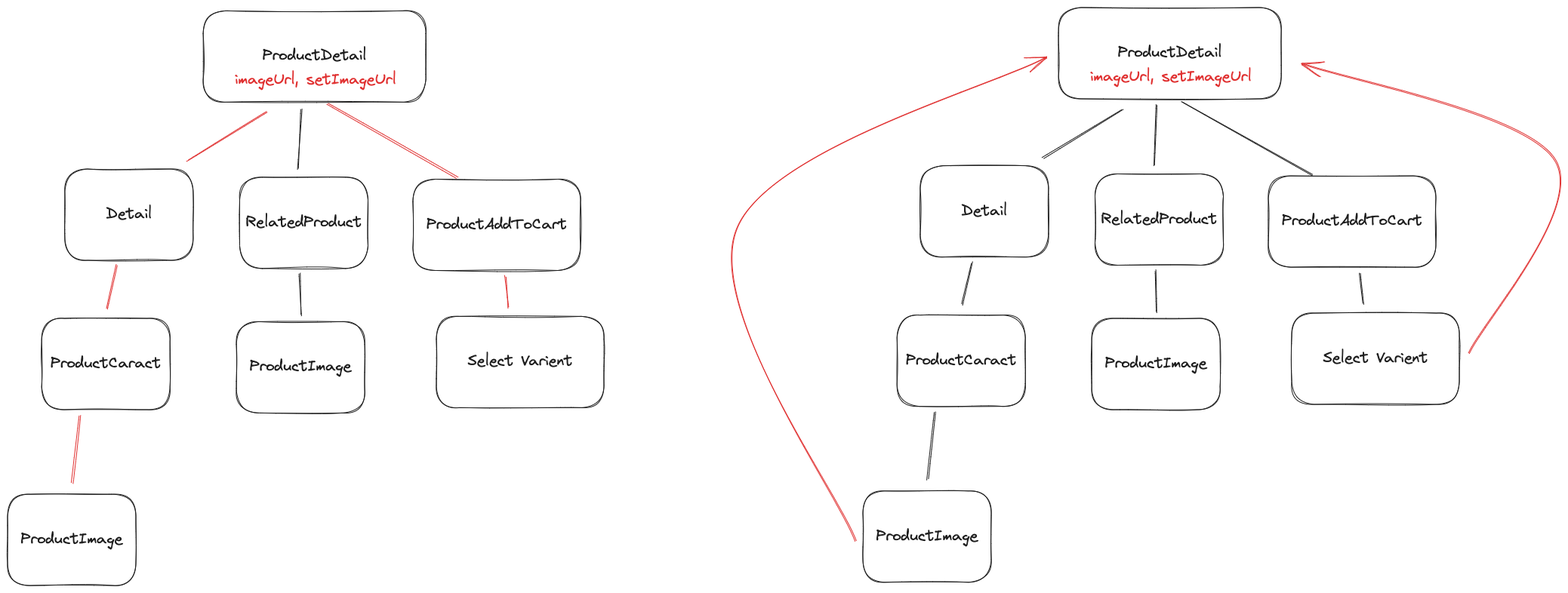
Before: cours/props-drilling.excalidraw.png, a diagram exported from Excalidraw (VinceBmmrt/react-router). Source tidied: one line per element, renumbered; positions are measured from the earlier drawing's top-left corner, leaving out a move shared by most shapes.
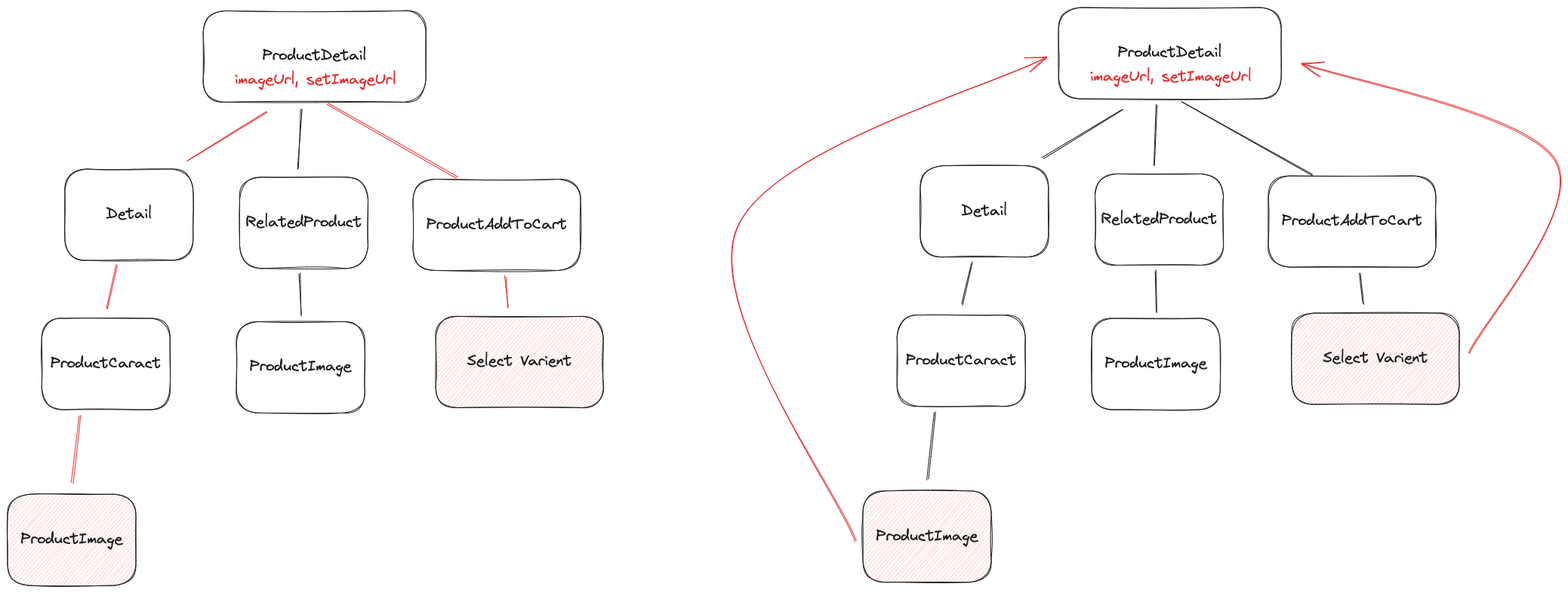
After the change.

Change to the diagram source:
```diff
@@ -1,8 +1,8 @@
 {"id": 0, "type": "rectangle", "strokeColor": "#1e1e1e", "strokeWidth": 1, "roughness": 1, "round": true, "x": 537, "y": 228, "width": 222, "height": 121}
 {"id": 1, "type": "text", "text": "ProductAddToCart", "strokeColor": "#1e1e1e", "strokeWidth": 1, "roughness": 1, "fontSize": 20, "fontFamily": 1, "textAlign": "center", "verticalAlign": "middle", "inside": 0, "x": 555, "y": 276, "width": 186, "height": 25}
 {"id": 2, "type": "arrow", "strokeColor": "#e03131", "strokeWidth": 1, "roughness": 1, "round": true, "from": 21, "to": 0, "x": 424, "y": 129, "width": 172, "height": 97, "points": [[0, 0], [172, 97]]}
-{"id": 3, "type": "rectangle", "strokeColor": "#1e1e1e", "strokeWidth": 1, "roughness": 1, "round": true, "x": 568, "y": 409, "width": 222, "height": 121}
+{"id": 3, "type": "rectangle", "strokeColor": "#1e1e1e", "backgroundColor": "#ffc9c9", "fillStyle": "hachure", "strokeWidth": 1, "roughness": 1, "round": true, "x": 567, "y": 409, "width": 222, "height": 121}
-{"id": 4, "type": "text", "text": "Select Varient", "strokeColor": "#1e1e1e", "strokeWidth": 1, "roughness": 1, "fontSize": 20, "fontFamily": 1, "textAlign": "center", "verticalAlign": "middle", "inside": 3, "x": 610, "y": 457, "width": 139, "height": 25}
+{"id": 4, "type": "text", "text": "Select Varient", "strokeColor": "#1e1e1e", "strokeWidth": 1, "roughness": 1, "fontSize": 20, "fontFamily": 1, "textAlign": "center", "verticalAlign": "middle", "inside": 3, "x": 609, "y": 457, "width": 139, "height": 25}
 {"id": 5, "type": "arrow", "strokeColor": "#e03131", "strokeWidth": 1, "roughness": 1, "round": true, "from": 0, "to": 3, "x": 659, "y": 356, "width": 5, "height": 41, "points": [[0, 0], [5, 41]]}
 {"id": 6, "type": "rectangle", "strokeColor": "#1e1e1e", "strokeWidth": 1, "roughness": 1, "round": true, "x": 307, "y": 225, "width": 170, "height": 121}
 {"id": 7, "type": "text", "text": "RelatedProduct", "strokeColor": "#1e1e1e", "strokeWidth": 1, "roughness": 1, "fontSize": 20, "fontFamily": 1, "textAlign": "center", "verticalAlign": "middle", "inside": 6, "x": 316, "y": 273, "width": 154, "height": 25}
@@ -16,7 +16,7 @@
 {"id": 15, "type": "rectangle", "strokeColor": "#1e1e1e", "strokeWidth": 1, "roughness": 1, "round": true, "x": 45, "y": 412, "width": 170, "height": 121}
 {"id": 16, "type": "text", "text": "ProductCaract", "strokeColor": "#1e1e1e", "strokeWidth": 1, "roughness": 1, "fontSize": 20, "fontFamily": 1, "textAlign": "center", "verticalAlign": "middle", "inside": 15, "x": 57, "y": 460, "width": 146, "height": 25}
 {"id": 17, "type": "arrow", "strokeColor": "#e03131", "strokeWidth": 1, "roughness": 1, "round": true, "from": 12, "to": 15, "x": 145, "y": 342, "width": 13, "height": 57, "points": [[0, 0], [-13, 57]]}
-{"id": 18, "type": "rectangle", "strokeColor": "#1e1e1e", "strokeWidth": 1, "roughness": 1, "round": true, "x": 0, "y": 645, "width": 170, "height": 121}
+{"id": 18, "type": "rectangle", "strokeColor": "#1e1e1e", "backgroundColor": "#ffc9c9", "fillStyle": "hachure", "strokeWidth": 1, "roughness": 1, "round": true, "x": 0, "y": 645, "width": 170, "height": 121}
 {"id": 19, "type": "text", "text": "ProductImage", "strokeColor": "#1e1e1e", "strokeWidth": 1, "roughness": 1, "fontSize": 20, "fontFamily": 1, "textAlign": "center", "verticalAlign": "middle", "inside": 18, "x": 18, "y": 693, "width": 135, "height": 25}
 {"id": 20, "type": "arrow", "strokeColor": "#e03131", "strokeWidth": 1, "roughness": 1, "round": true, "from": 15, "to": 18, "x": 95, "y": 540, "width": 10, "height": 91, "points": [[0, 0], [-10, 91]]}
 {"id": 21, "type": "rectangle", "strokeColor": "#1e1e1e", "strokeWidth": 1, "roughness": 1, "round": true, "x": 259, "y": 4, "width": 295, "height": 121}
@@ -25,7 +25,7 @@
 {"id": 24, "type": "rectangle", "strokeColor": "#1e1e1e", "strokeWidth": 1, "roughness": 1, "round": true, "x": 1670, "y": 223, "width": 222, "height": 121}
 {"id": 25, "type": "text", "text": "ProductAddToCart", "strokeColor": "#1e1e1e", "strokeWidth": 1, "roughness": 1, "fontSize": 20, "fontFamily": 1, "textAlign": "center", "verticalAlign": "middle", "inside": 24, "x": 1688, "y": 271, "width": 186, "height": 25}
 {"id": 26, "type": "arrow", "strokeColor": "#1e1e1e", "strokeWidth": 1, "roughness": 1, "round": true, "from": 45, "to": 24, "x": 1556, "y": 124, "width": 172, "height": 97, "points": [[0, 0], [172, 97]]}
-{"id": 27, "type": "rectangle", "strokeColor": "#1e1e1e", "strokeWidth": 1, "roughness": 1, "round": true, "x": 1701, "y": 405, "width": 222, "height": 121}
+{"id": 27, "type": "rectangle", "strokeColor": "#1e1e1e", "backgroundColor": "#ffc9c9", "fillStyle": "hachure", "strokeWidth": 1, "roughness": 1, "round": true, "x": 1701, "y": 405, "width": 222, "height": 121}
 {"id": 28, "type": "text", "text": "Select Varient", "strokeColor": "#1e1e1e", "strokeWidth": 1, "roughness": 1, "fontSize": 20, "fontFamily": 1, "textAlign": "center", "verticalAlign": "middle", "inside": 27, "x": 1743, "y": 453, "width": 139, "height": 25}
 {"id": 29, "type": "arrow", "strokeColor": "#1e1e1e", "strokeWidth": 1, "roughness": 1, "round": true, "from": 24, "to": 27, "x": 1792, "y": 351, "width": 5, "height": 41, "points": [[0, 0], [5, 41]]}
 {"id": 30, "type": "rectangle", "strokeColor": "#1e1e1e", "strokeWidth": 1, "roughness": 1, "round": true, "x": 1441, "y": 221, "width": 170, "height": 121}
@@ -40,7 +40,7 @@
 {"id": 39, "type": "rectangle", "strokeColor": "#1e1e1e", "strokeWidth": 1, "roughness": 1, "round": true, "x": 1178, "y": 408, "width": 170, "height": 121}
 {"id": 40, "type": "text", "text": "ProductCaract", "strokeColor": "#1e1e1e", "strokeWidth": 1, "roughness": 1, "fontSize": 20, "fontFamily": 1, "textAlign": "center", "verticalAlign": "middle", "inside": 39, "x": 1190, "y": 456, "width": 146, "height": 25}
 {"id": 41, "type": "arrow", "strokeColor": "#1e1e1e", "strokeWidth": 1, "roughness": 1, "round": true, "from": 36, "to": 39, "x": 1279, "y": 337, "width": 13, "height": 57, "points": [[0, 0], [-13, 57]]}
-{"id": 42, "type": "rectangle", "strokeColor": "#1e1e1e", "strokeWidth": 1, "roughness": 1, "round": true, "x": 1133, "y": 641, "width": 170, "height": 121}
+{"id": 42, "type": "rectangle", "strokeColor": "#1e1e1e", "backgroundColor": "#ffc9c9", "fillStyle": "hachure", "strokeWidth": 1, "roughness": 1, "round": true, "x": 1133, "y": 641, "width": 170, "height": 121}
 {"id": 43, "type": "text", "text": "ProductImage", "strokeColor": "#1e1e1e", "strokeWidth": 1, "roughness": 1, "fontSize": 20, "fontFamily": 1, "textAlign": "center", "verticalAlign": "middle", "inside": 42, "x": 1151, "y": 689, "width": 135, "height": 25}
 {"id": 44, "type": "arrow", "strokeColor": "#1e1e1e", "strokeWidth": 1, "roughness": 1, "round": true, "from": 39, "to": 42, "x": 1228, "y": 535, "width": 10, "height": 91, "points": [[0, 0], [-10, 91]]}
 {"id": 45, "type": "rectangle", "strokeColor": "#1e1e1e", "strokeWidth": 1, "roughness": 1, "round": true, "x": 1392, "y": 0, "width": 295, "height": 121}
```
